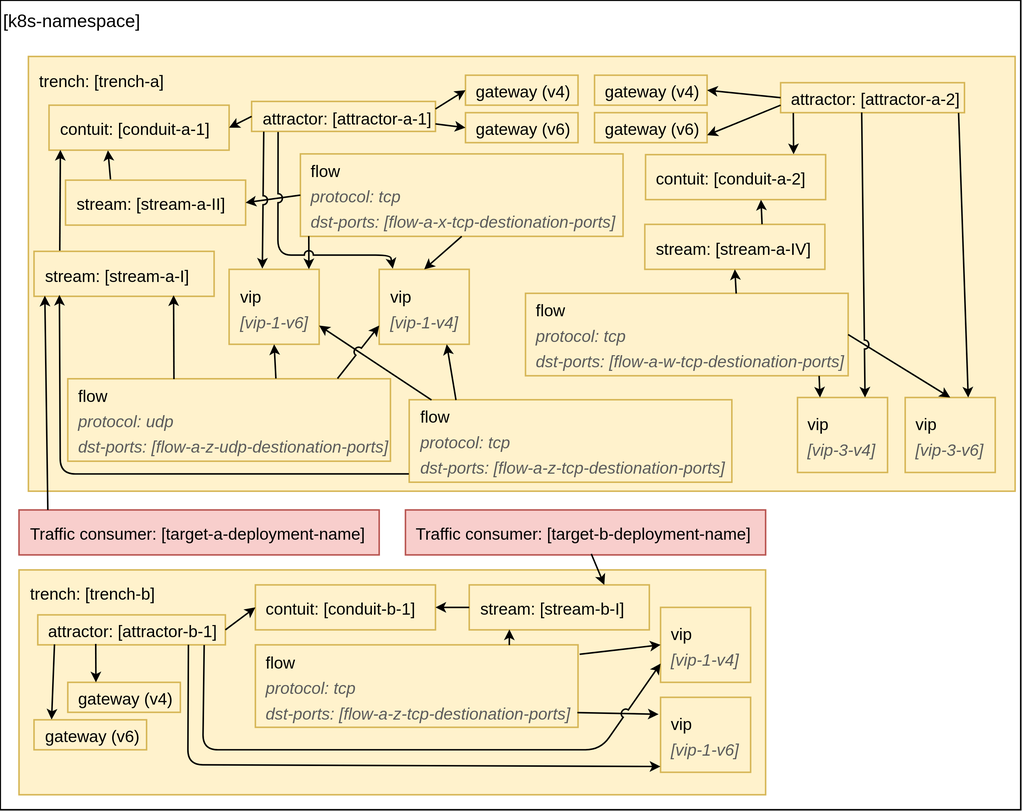
The draw.io diagram docs/resources/Initial-Deployment-E2E.svg in Nordix/Meridio, before a commit. Source tidied: cells renumbered, new cells last; positions are measured from the earlier drawing's top-left corner, leaving out a move shared by most shapes.
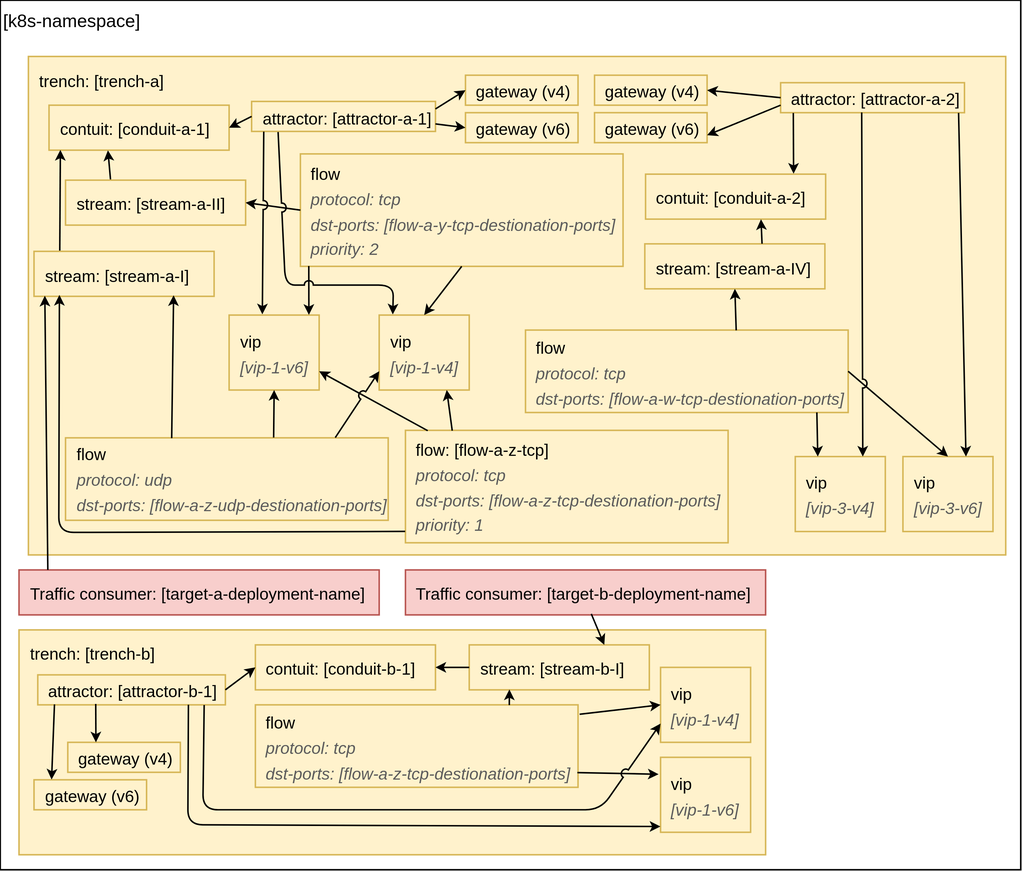
Above is the later version.

The edit, as a diff of the source:
```diff
@@ -3,31 +3,31 @@
     <mxCell id="0" />
     <mxCell id="1" parent="0" />
     <mxCell id="2" value="[k8s-namespace]" style="rounded=0;whiteSpace=wrap;html=1;verticalAlign=top;align=left;" parent="1" vertex="1">
-      <mxGeometry width="680" height="540" as="geometry" />
+      <mxGeometry width="680" height="580" as="geometry" />
     </mxCell>
     <mxCell id="3" value="&lt;span style=&quot;font-size: 11px;&quot;&gt;Traffic consumer: [target-a-deployment-name]&amp;nbsp;&lt;/span&gt;" style="rounded=0;whiteSpace=wrap;html=1;labelBackgroundColor=none;fontSize=14;align=left;fillColor=#f8cecc;strokeColor=#b85450;verticalAlign=middle;spacingLeft=5;" parent="1" vertex="1">
-      <mxGeometry x="12.5" y="340" width="240" height="30" as="geometry" />
+      <mxGeometry x="12.5" y="380" width="240" height="30" as="geometry" />
     </mxCell>
     <mxCell id="4" value="&lt;span style=&quot;font-size: 11px;&quot;&gt;Traffic consumer: [target-b-deployment-name]&amp;nbsp;&lt;/span&gt;" style="rounded=0;whiteSpace=wrap;html=1;labelBackgroundColor=none;fontSize=14;align=left;fillColor=#f8cecc;strokeColor=#b85450;verticalAlign=middle;spacingLeft=5;" parent="1" vertex="1">
-      <mxGeometry x="270" y="340" width="240" height="30" as="geometry" />
+      <mxGeometry x="270" y="380" width="240" height="30" as="geometry" />
     </mxCell>
     <mxCell id="5" value="&lt;font style=&quot;font-size: 11px&quot;&gt;trench: [trench-b]&lt;br&gt;&lt;/font&gt;" style="rounded=0;whiteSpace=wrap;html=1;labelBackgroundColor=none;fontSize=14;align=left;fillColor=#fff2cc;strokeColor=#d6b656;verticalAlign=top;spacingLeft=5;" parent="1" vertex="1">
-      <mxGeometry x="12.5" y="380" width="497.5" height="150" as="geometry" />
+      <mxGeometry x="12.5" y="420" width="497.5" height="150" as="geometry" />
     </mxCell>
     <mxCell id="6" value="&lt;font style=&quot;font-size: 11px&quot;&gt;contuit: [conduit-b-1]&lt;br&gt;&lt;/font&gt;" style="rounded=0;whiteSpace=wrap;html=1;labelBackgroundColor=none;fontSize=14;align=left;fillColor=#fff2cc;strokeColor=#d6b656;verticalAlign=middle;spacingLeft=5;" parent="1" vertex="1">
-      <mxGeometry x="170" y="390" width="120" height="30" as="geometry" />
+      <mxGeometry x="170" y="430" width="120" height="30" as="geometry" />
     </mxCell>
     <mxCell id="7" value="&lt;font style=&quot;font-size: 11px&quot;&gt;stream: [stream-b-I]&lt;br&gt;&lt;/font&gt;" style="rounded=0;whiteSpace=wrap;html=1;labelBackgroundColor=none;fontSize=14;align=left;fillColor=#fff2cc;strokeColor=#d6b656;verticalAlign=middle;spacingLeft=5;" parent="1" vertex="1">
-      <mxGeometry x="312.5" y="390" width="120" height="30" as="geometry" />
+      <mxGeometry x="312.5" y="430" width="120" height="30" as="geometry" />
     </mxCell>
     <mxCell id="8" value="&lt;font style=&quot;font-size: 11px&quot;&gt;flow&lt;br&gt;&lt;i&gt;&lt;font color=&quot;#5c5c5c&quot;&gt;protocol: tcp&lt;br&gt;dst-ports: [flow-a-z-tcp-destionation-ports]&lt;/font&gt;&lt;/i&gt;&lt;br&gt;&lt;/font&gt;" style="rounded=0;whiteSpace=wrap;html=1;labelBackgroundColor=none;fontSize=14;align=left;fillColor=#fff2cc;strokeColor=#d6b656;verticalAlign=middle;spacingLeft=5;" parent="1" vertex="1">
-      <mxGeometry x="170" y="430" width="215" height="55" as="geometry" />
+      <mxGeometry x="170" y="470" width="215" height="55" as="geometry" />
     </mxCell>
     <mxCell id="9" value="&lt;font style=&quot;font-size: 11px&quot;&gt;vip&lt;br&gt;&lt;i&gt;&lt;font color=&quot;#5c5c5c&quot;&gt;[vip-1-v4]&lt;/font&gt;&lt;/i&gt;&lt;br&gt;&lt;/font&gt;" style="rounded=0;whiteSpace=wrap;html=1;labelBackgroundColor=none;fontSize=14;align=left;fillColor=#fff2cc;strokeColor=#d6b656;verticalAlign=middle;spacingLeft=5;" parent="1" vertex="1">
-      <mxGeometry x="440" y="405" width="60" height="50" as="geometry" />
+      <mxGeometry x="440" y="445" width="60" height="50" as="geometry" />
     </mxCell>
     <mxCell id="10" value="&lt;font style=&quot;font-size: 11px&quot;&gt;vip&lt;br&gt;&lt;i&gt;&lt;font color=&quot;#5c5c5c&quot;&gt;[vip-1-v6]&lt;/font&gt;&lt;/i&gt;&lt;br&gt;&lt;/font&gt;" style="rounded=0;whiteSpace=wrap;html=1;labelBackgroundColor=none;fontSize=14;align=left;fillColor=#fff2cc;strokeColor=#d6b656;verticalAlign=middle;spacingLeft=5;" parent="1" vertex="1">
-      <mxGeometry x="440" y="465" width="60" height="50" as="geometry" />
+      <mxGeometry x="440" y="505" width="60" height="50" as="geometry" />
     </mxCell>
     <mxCell id="11" style="endArrow=classic;html=1;rounded=0;endSize=4;jumpStyle=arc;entryX=1;entryY=0.5;entryDx=0;entryDy=0;exitX=0;exitY=0.5;exitDx=0;exitDy=0;fontSize=11;startSize=6;verticalAlign=middle;" parent="1" edge="1" source="7" target="6">
       <mxGeometry relative="1" as="geometry" />
@@ -42,13 +42,13 @@
       <mxGeometry relative="1" as="geometry" />
     </mxCell>
     <mxCell id="15" value="&lt;font style=&quot;font-size: 11px&quot;&gt;gateway (v4)&lt;br&gt;&lt;/font&gt;" style="rounded=0;whiteSpace=wrap;html=1;labelBackgroundColor=none;fontSize=14;align=left;fillColor=#fff2cc;strokeColor=#d6b656;verticalAlign=middle;spacingLeft=5;" parent="1" vertex="1">
-      <mxGeometry x="45" y="455" width="75" height="20" as="geometry" />
+      <mxGeometry x="45" y="495" width="75" height="20" as="geometry" />
     </mxCell>
     <mxCell id="16" value="&lt;font style=&quot;font-size: 11px&quot;&gt;gateway (v6)&lt;br&gt;&lt;/font&gt;" style="rounded=0;whiteSpace=wrap;html=1;labelBackgroundColor=none;fontSize=14;align=left;fillColor=#fff2cc;strokeColor=#d6b656;verticalAlign=middle;spacingLeft=5;" parent="1" vertex="1">
-      <mxGeometry x="22.5" y="480" width="75" height="20" as="geometry" />
+      <mxGeometry x="22.5" y="520" width="75" height="20" as="geometry" />
     </mxCell>
     <mxCell id="17" value="&lt;font style=&quot;font-size: 11px&quot;&gt;attractor: [attractor-b-1]&lt;br&gt;&lt;/font&gt;" style="rounded=0;whiteSpace=wrap;html=1;labelBackgroundColor=none;fontSize=14;align=left;fillColor=#fff2cc;strokeColor=#d6b656;verticalAlign=middle;spacingLeft=5;" parent="1" vertex="1">
-      <mxGeometry x="25" y="410" width="125" height="20" as="geometry" />
+      <mxGeometry x="25" y="450" width="125" height="20" as="geometry" />
     </mxCell>
     <mxCell id="18" style="endArrow=classic;html=1;rounded=0;endSize=4;jumpStyle=arc;entryX=0;entryY=0.5;entryDx=0;entryDy=0;exitX=1;exitY=0.5;exitDx=0;exitDy=0;fontSize=11;startSize=6;verticalAlign=middle;" parent="1" edge="1" source="17" target="6">
       <mxGeometry relative="1" as="geometry" />
@@ -63,7 +63,7 @@
       <mxGeometry relative="1" as="geometry" />
     </mxCell>
     <mxCell id="22" value="&lt;font style=&quot;font-size: 11px&quot;&gt;trench: [trench-a]&lt;br&gt;&lt;/font&gt;" style="rounded=0;whiteSpace=wrap;html=1;labelBackgroundColor=none;fontSize=14;align=left;fillColor=#fff2cc;strokeColor=#d6b656;verticalAlign=top;spacingLeft=5;" parent="1" vertex="1">
-      <mxGeometry x="18.8" y="37.5" width="657.5" height="290" as="geometry" />
+      <mxGeometry x="18.8" y="37.5" width="651.2" height="332.5" as="geometry" />
     </mxCell>
     <mxCell id="23" value="&lt;font style=&quot;font-size: 11px&quot;&gt;contuit: [conduit-a-1]&lt;br&gt;&lt;/font&gt;" style="rounded=0;whiteSpace=wrap;html=1;labelBackgroundColor=none;fontSize=14;align=left;fillColor=#fff2cc;strokeColor=#d6b656;verticalAlign=middle;spacingLeft=5;" parent="1" vertex="1">
       <mxGeometry x="32.5" y="70" width="120" height="30" as="geometry" />
@@ -71,20 +71,20 @@
     <mxCell id="24" value="&lt;font style=&quot;font-size: 11px&quot;&gt;stream: [stream-a-I]&lt;br&gt;&lt;/font&gt;" style="rounded=0;whiteSpace=wrap;html=1;labelBackgroundColor=none;fontSize=14;align=left;fillColor=#fff2cc;strokeColor=#d6b656;verticalAlign=middle;spacingLeft=5;" parent="1" vertex="1">
       <mxGeometry x="22.5" y="167.5" width="120" height="30" as="geometry" />
     </mxCell>
-    <mxCell id="25" value="&lt;font style=&quot;font-size: 11px&quot;&gt;flow&lt;br&gt;&lt;i&gt;&lt;font color=&quot;#5c5c5c&quot;&gt;protocol: tcp&lt;br&gt;dst-ports: [flow-a-z-tcp-destionation-ports]&lt;/font&gt;&lt;/i&gt;&lt;br&gt;&lt;/font&gt;" style="rounded=0;whiteSpace=wrap;html=1;labelBackgroundColor=none;fontSize=14;align=left;fillColor=#fff2cc;strokeColor=#d6b656;verticalAlign=middle;spacingLeft=5;" parent="1" vertex="1">
-      <mxGeometry x="272.5" y="266.5" width="215" height="55" as="geometry" />
+    <mxCell id="25" value="&lt;font style=&quot;font-size: 11px&quot;&gt;flow: [flow-a-z-tcp]&lt;br&gt;&lt;i&gt;&lt;font color=&quot;#5c5c5c&quot;&gt;protocol: tcp&lt;br&gt;dst-ports: [flow-a-z-tcp-destionation-ports]&lt;br&gt;priority: 1&lt;/font&gt;&lt;/i&gt;&lt;br&gt;&lt;/font&gt;" style="rounded=0;whiteSpace=wrap;html=1;labelBackgroundColor=none;fontSize=14;align=left;fillColor=#fff2cc;strokeColor=#d6b656;verticalAlign=middle;spacingLeft=5;" parent="1" vertex="1">
+      <mxGeometry x="270" y="286.9" width="215" height="75" as="geometry" />
     </mxCell>
     <mxCell id="26" value="&lt;font style=&quot;font-size: 11px&quot;&gt;vip&lt;br&gt;&lt;i&gt;&lt;font color=&quot;#5c5c5c&quot;&gt;[vip-1-v4]&lt;/font&gt;&lt;/i&gt;&lt;br&gt;&lt;/font&gt;" style="rounded=0;whiteSpace=wrap;html=1;labelBackgroundColor=none;fontSize=14;align=left;fillColor=#fff2cc;strokeColor=#d6b656;verticalAlign=middle;spacingLeft=5;" parent="1" vertex="1">
-      <mxGeometry x="252.5" y="179.5" width="60" height="50" as="geometry" />
+      <mxGeometry x="252.5" y="210" width="60" height="50" as="geometry" />
     </mxCell>
     <mxCell id="27" value="&lt;font style=&quot;font-size: 11px&quot;&gt;vip&lt;br&gt;&lt;i&gt;&lt;font color=&quot;#5c5c5c&quot;&gt;[vip-1-v6]&lt;/font&gt;&lt;/i&gt;&lt;br&gt;&lt;/font&gt;" style="rounded=0;whiteSpace=wrap;html=1;labelBackgroundColor=none;fontSize=14;align=left;fillColor=#fff2cc;strokeColor=#d6b656;verticalAlign=middle;spacingLeft=5;" parent="1" vertex="1">
-      <mxGeometry x="152.5" y="179.5" width="60" height="50" as="geometry" />
+      <mxGeometry x="152.5" y="210" width="60" height="50" as="geometry" />
     </mxCell>
     <mxCell id="28" value="&lt;font style=&quot;font-size: 11px&quot;&gt;flow&lt;br&gt;&lt;i&gt;&lt;font color=&quot;#5c5c5c&quot;&gt;protocol: udp&lt;br&gt;dst-ports: [flow-a-z-udp-destionation-ports]&lt;/font&gt;&lt;/i&gt;&lt;br&gt;&lt;/font&gt;" style="rounded=0;whiteSpace=wrap;html=1;labelBackgroundColor=none;fontSize=14;align=left;fillColor=#fff2cc;strokeColor=#d6b656;verticalAlign=middle;spacingLeft=5;" parent="1" vertex="1">
-      <mxGeometry x="45" y="252.5" width="215" height="55" as="geometry" />
+      <mxGeometry x="43.5" y="291.9" width="215" height="55" as="geometry" />
     </mxCell>
-    <mxCell id="29" value="&lt;font style=&quot;font-size: 11px&quot;&gt;flow&lt;br&gt;&lt;i&gt;&lt;font color=&quot;#5c5c5c&quot;&gt;protocol: tcp&lt;br&gt;dst-ports: [flow-a-x-tcp-destionation-ports]&lt;/font&gt;&lt;/i&gt;&lt;br&gt;&lt;/font&gt;" style="rounded=0;whiteSpace=wrap;html=1;labelBackgroundColor=none;fontSize=14;align=left;fillColor=#fff2cc;strokeColor=#d6b656;verticalAlign=middle;spacingLeft=5;" parent="1" vertex="1">
-      <mxGeometry x="200" y="102.5" width="215" height="55" as="geometry" />
+    <mxCell id="29" value="&lt;font style=&quot;font-size: 11px&quot;&gt;flow&lt;br&gt;&lt;i&gt;&lt;font color=&quot;#5c5c5c&quot;&gt;protocol: tcp&lt;br&gt;dst-ports: [flow-a-y-tcp-destionation-ports]&lt;br&gt;priority: 2&lt;/font&gt;&lt;/i&gt;&lt;br&gt;&lt;/font&gt;" style="rounded=0;whiteSpace=wrap;html=1;labelBackgroundColor=none;fontSize=14;align=left;fillColor=#fff2cc;strokeColor=#d6b656;verticalAlign=middle;spacingLeft=5;" parent="1" vertex="1">
+      <mxGeometry x="200" y="102.5" width="215" height="75" as="geometry" />
     </mxCell>
     <mxCell id="30" style="endArrow=classic;html=1;rounded=0;endSize=4;jumpStyle=arc;entryX=0.063;entryY=0.994;entryDx=0;entryDy=0;exitX=0.143;exitY=-0.017;exitDx=0;exitDy=0;fontSize=11;startSize=6;entryPerimeter=0;exitPerimeter=0;verticalAlign=middle;" parent="1" edge="1" source="24" target="23">
       <mxGeometry relative="1" as="geometry" />
@@ -95,7 +95,7 @@
     <mxCell id="32" style="endArrow=classic;html=1;rounded=1;endSize=4;jumpStyle=arc;exitX=-0.001;exitY=0.899;exitDx=0;exitDy=0;fontSize=11;startSize=6;entryX=0.141;entryY=0.969;entryDx=0;entryDy=0;exitPerimeter=0;entryPerimeter=0;verticalAlign=middle;" parent="1" edge="1" source="25" target="24">
       <mxGeometry relative="1" as="geometry">
         <Array as="points">
-          <mxPoint x="40" y="316" />
+          <mxPoint x="39" y="355" />
         </Array>
       </mxGeometry>
     </mxCell>
@@ -163,19 +163,19 @@
       <mxGeometry relative="1" as="geometry" />
     </mxCell>
     <mxCell id="54" value="&lt;font style=&quot;font-size: 11px&quot;&gt;contuit: [conduit-a-2]&lt;br&gt;&lt;/font&gt;" style="rounded=0;whiteSpace=wrap;html=1;labelBackgroundColor=none;fontSize=14;align=left;fillColor=#fff2cc;strokeColor=#d6b656;verticalAlign=middle;spacingLeft=5;" parent="1" vertex="1">
-      <mxGeometry x="430" y="103" width="120" height="30" as="geometry" />
+      <mxGeometry x="430" y="116" width="120" height="30" as="geometry" />
     </mxCell>
     <mxCell id="55" value="&lt;font style=&quot;font-size: 11px&quot;&gt;stream: [stream-a-IV]&lt;br&gt;&lt;/font&gt;" style="rounded=0;whiteSpace=wrap;html=1;labelBackgroundColor=none;fontSize=14;align=left;fillColor=#fff2cc;strokeColor=#d6b656;verticalAlign=middle;spacingLeft=5;" parent="1" vertex="1">
-      <mxGeometry x="429.5" y="149.5" width="120" height="30" as="geometry" />
+      <mxGeometry x="429.5" y="162.5" width="120" height="30" as="geometry" />
     </mxCell>
     <mxCell id="56" value="&lt;font style=&quot;font-size: 11px&quot;&gt;flow&lt;br&gt;&lt;i&gt;&lt;font color=&quot;#5c5c5c&quot;&gt;protocol: tcp&lt;br&gt;dst-ports: [flow-a-w-tcp-destionation-ports]&lt;/font&gt;&lt;/i&gt;&lt;br&gt;&lt;/font&gt;" style="rounded=0;whiteSpace=wrap;html=1;labelBackgroundColor=none;fontSize=14;align=left;fillColor=#fff2cc;strokeColor=#d6b656;verticalAlign=middle;spacingLeft=5;" parent="1" vertex="1">
-      <mxGeometry x="350" y="195.5" width="215" height="55" as="geometry" />
+      <mxGeometry x="350" y="220" width="215" height="55" as="geometry" />
     </mxCell>
     <mxCell id="57" value="&lt;font style=&quot;font-size: 11px&quot;&gt;vip&lt;br&gt;&lt;i&gt;&lt;font color=&quot;#5c5c5c&quot;&gt;[vip-3-v4]&lt;/font&gt;&lt;/i&gt;&lt;br&gt;&lt;/font&gt;" style="rounded=0;whiteSpace=wrap;html=1;labelBackgroundColor=none;fontSize=14;align=left;fillColor=#fff2cc;strokeColor=#d6b656;verticalAlign=middle;spacingLeft=5;" parent="1" vertex="1">
-      <mxGeometry x="531.2" y="265" width="60" height="50" as="geometry" />
+      <mxGeometry x="529.8" y="304.4" width="60" height="50" as="geometry" />
     </mxCell>
     <mxCell id="58" value="&lt;font style=&quot;font-size: 11px&quot;&gt;vip&lt;br&gt;&lt;i&gt;&lt;font color=&quot;#5c5c5c&quot;&gt;[vip-3-v6]&lt;/font&gt;&lt;/i&gt;&lt;br&gt;&lt;/font&gt;" style="rounded=0;whiteSpace=wrap;html=1;labelBackgroundColor=none;fontSize=14;align=left;fillColor=#fff2cc;strokeColor=#d6b656;verticalAlign=middle;spacingLeft=5;" parent="1" vertex="1">
-      <mxGeometry x="603" y="265" width="60" height="50" as="geometry" />
+      <mxGeometry x="601.5" y="304.4" width="60" height="50" as="geometry" />
     </mxCell>
     <mxCell id="59" style="endArrow=classic;html=1;rounded=0;endSize=4;jumpStyle=arc;entryX=0.822;entryY=-0.01;entryDx=0;entryDy=0;fontSize=11;startSize=6;verticalAlign=middle;exitX=0.069;exitY=1.01;exitDx=0;exitDy=0;entryPerimeter=0;exitPerimeter=0;" parent="1" edge="1" source="51" target="54">
       <mxGeometry relative="1" as="geometry" />
@@ -186,7 +186,7 @@
     <mxCell id="61" style="endArrow=classic;html=1;rounded=0;endSize=4;jumpStyle=arc;entryX=0.5;entryY=1;entryDx=0;entryDy=0;exitX=0.653;exitY=0.003;exitDx=0;exitDy=0;fontSize=11;startSize=6;verticalAlign=middle;exitPerimeter=0;" parent="1" edge="1" source="56" target="55">
       <mxGeometry relative="1" as="geometry" />
     </mxCell>
-    <mxCell id="62" style="endArrow=classic;html=1;rounded=0;endSize=4;jumpStyle=arc;entryX=0.25;entryY=0;entryDx=0;entryDy=0;exitX=0.91;exitY=1.002;exitDx=0;exitDy=0;fontSize=11;startSize=6;verticalAlign=middle;exitPerimeter=0;" parent="1" edge="1" source="56" target="57">
+    <mxCell id="62" style="endArrow=classic;html=1;rounded=0;endSize=4;jumpStyle=arc;entryX=0.25;entryY=0;entryDx=0;entryDy=0;exitX=0.903;exitY=0.999;exitDx=0;exitDy=0;fontSize=11;startSize=6;verticalAlign=middle;exitPerimeter=0;" parent="1" edge="1" source="56" target="57">
       <mxGeometry relative="1" as="geometry" />
     </mxCell>
     <mxCell id="63" style="endArrow=classic;html=1;rounded=0;endSize=4;jumpStyle=arc;entryX=0.5;entryY=0;entryDx=0;entryDy=0;exitX=1;exitY=0.5;exitDx=0;exitDy=0;fontSize=11;startSize=6;verticalAlign=middle;" parent="1" edge="1" source="56" target="58">
@@ -204,23 +204,23 @@
     <mxCell id="67" style="endArrow=classic;html=1;rounded=1;endSize=4;jumpStyle=arc;exitX=0.144;exitY=1.02;exitDx=0;exitDy=0;fontSize=11;startSize=6;entryX=0.151;entryY=-0.009;entryDx=0;entryDy=0;verticalAlign=middle;exitPerimeter=0;entryPerimeter=0;" parent="1" edge="1" source="40" target="26">
       <mxGeometry relative="1" as="geometry">
         <Array as="points">
-          <mxPoint x="185" y="170" />
-          <mxPoint x="260" y="170" />
+          <mxPoint x="190" y="190" />
+          <mxPoint x="262" y="190" />
         </Array>
       </mxGeometry>
     </mxCell>
     <mxCell id="68" style="endArrow=classic;html=1;rounded=1;endSize=4;jumpStyle=arc;entryX=-0.002;entryY=0.923;entryDx=0;entryDy=0;exitX=0.803;exitY=0.997;exitDx=0;exitDy=0;fontSize=11;startSize=6;verticalAlign=middle;exitPerimeter=0;entryPerimeter=0;" parent="1" edge="1" source="17" target="10">
       <mxGeometry relative="1" as="geometry">
         <Array as="points">
-          <mxPoint x="125" y="510" />
+          <mxPoint x="125" y="550" />
         </Array>
       </mxGeometry>
     </mxCell>
     <mxCell id="69" style="endArrow=classic;html=1;rounded=1;endSize=4;jumpStyle=arc;entryX=0;entryY=0.75;entryDx=0;entryDy=0;exitX=0.887;exitY=1.005;exitDx=0;exitDy=0;fontSize=11;startSize=6;verticalAlign=middle;exitPerimeter=0;" parent="1" edge="1" source="17" target="9">
       <mxGeometry relative="1" as="geometry">
         <Array as="points">
-          <mxPoint x="135" y="500" />
-          <mxPoint x="400" y="500" />
+          <mxPoint x="135" y="540" />
+          <mxPoint x="400" y="540" />
         </Array>
       </mxGeometry>
     </mxCell>
```
